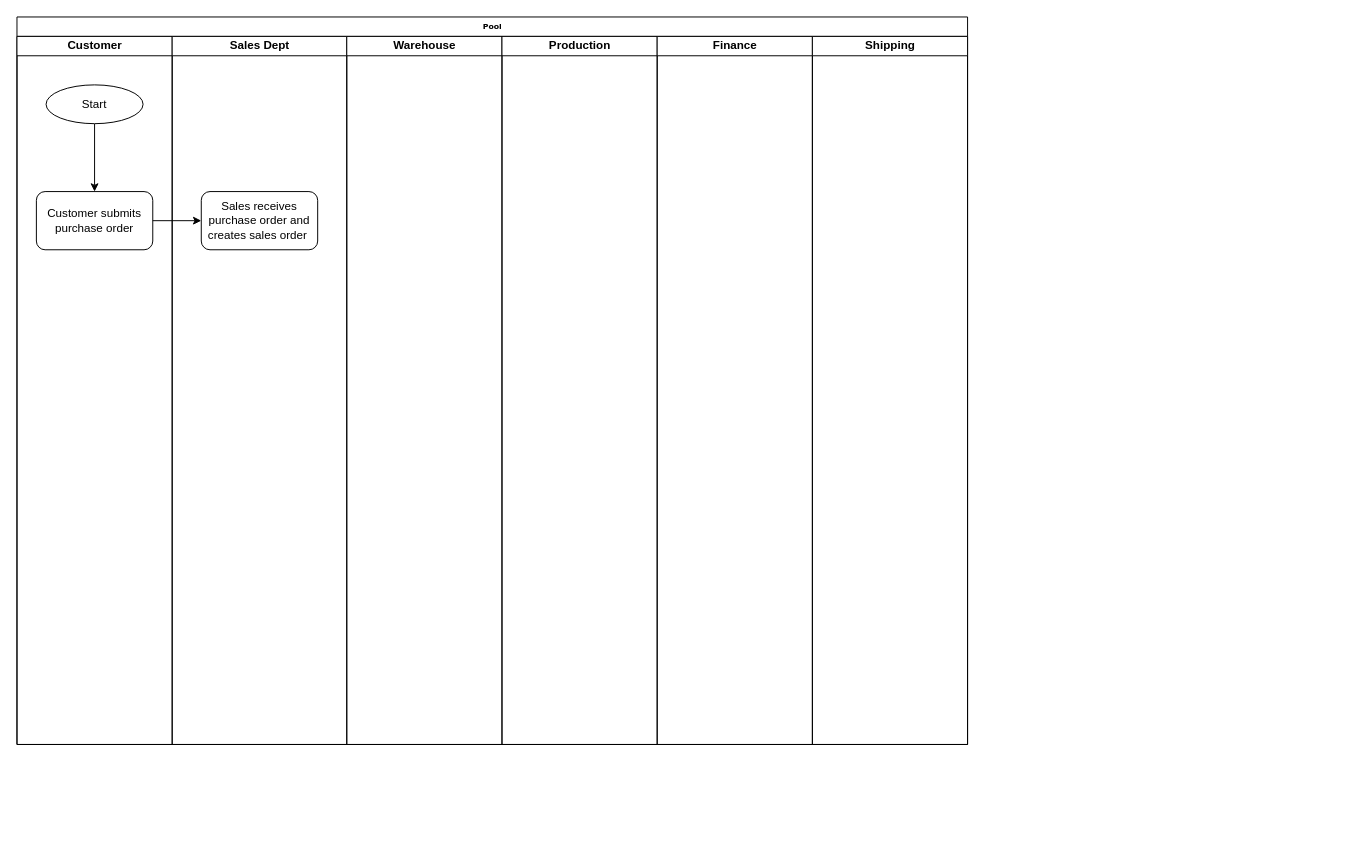
This is page "Page-1" (1 of 2) of Untitled Diagram.drawio from Cash1595/Rajah__IT311-Project-Repo, a draw.io file, before an edit. Source tidied: cells renumbered, new cells numbered last; positions are measured from the earlier drawing's top-left corner, leaving out a move shared by most shapes. Both pictures are drawn from the tidied source at 97%, with x=0, y=0 at pixel (16, 16).
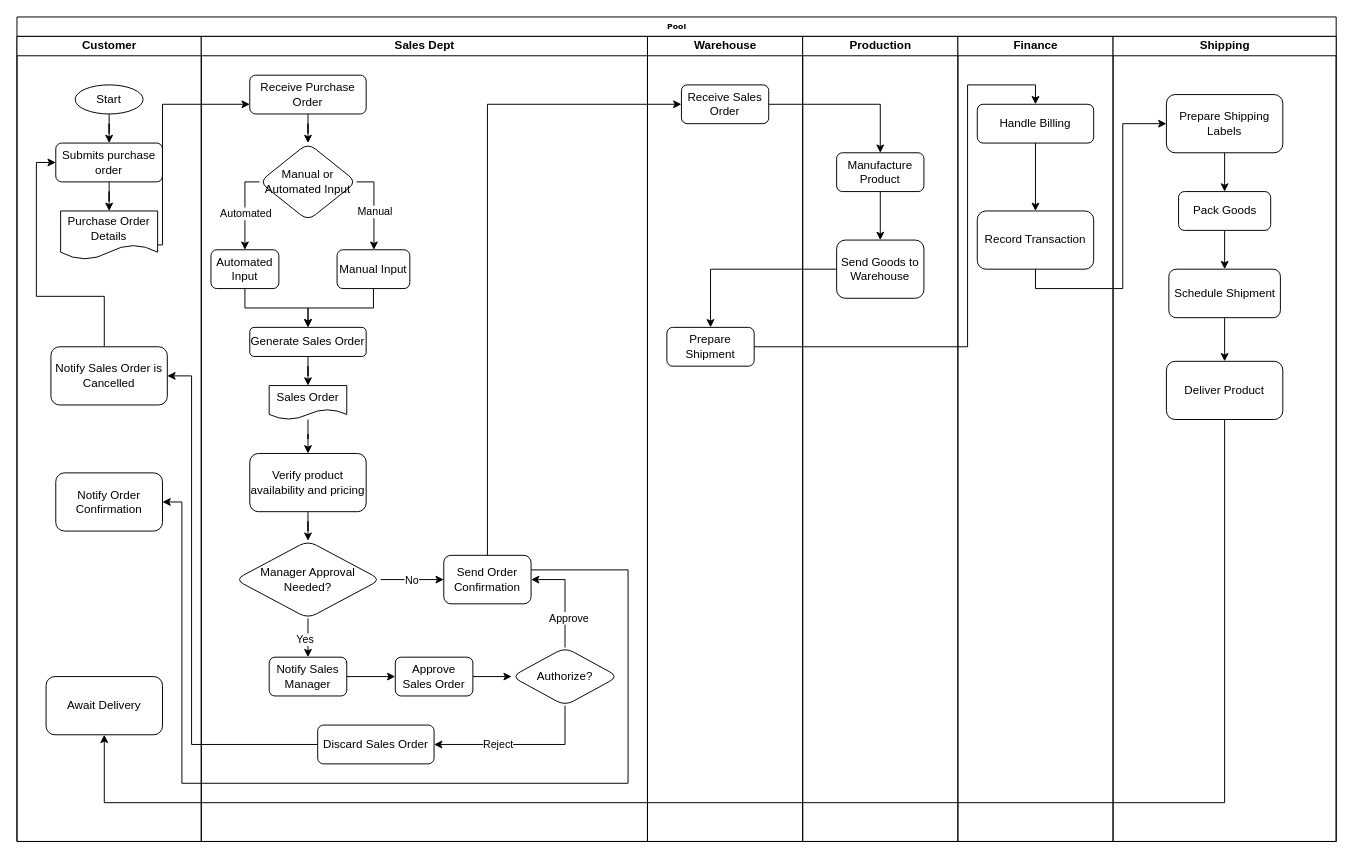
The same page after the edit.

Diff of the diagram source:
```diff
@@
     <mxCell id="2" value="Pool" style="swimlane;html=1;startSize=20;rounded=0;shadow=0;labelBackgroundColor=none;strokeWidth=1;fontFamily=Verdana;fontSize=8;align=center;" parent="1" vertex="1">
-      <mxGeometry width="980" height="750" as="geometry" />
+      <mxGeometry width="1360" height="850" as="geometry" />
     </mxCell>
     <mxCell id="3" value="Customer" style="swimlane;html=1;startSize=20;" parent="2" vertex="1">
-      <mxGeometry y="20" width="160" height="730" as="geometry" />
+      <mxGeometry y="20" width="190" height="830" as="geometry" />
     </mxCell>
@@
     <mxCell id="5" value="Start" style="ellipse;whiteSpace=wrap;html=1;" parent="3" vertex="1">
-      <mxGeometry x="30" y="50" width="100" height="40" as="geometry" />
+      <mxGeometry x="60" y="50" width="70" height="30" as="geometry" />
     </mxCell>
+    <mxCell id="14" style="edgeStyle=orthogonalEdgeStyle;rounded=0;jettySize=auto;html=1;" parent="3" edge="1" source="6" target="15">
+      <mxGeometry relative="1" as="geometry" />
+    </mxCell>
-    <mxCell id="6" value="Customer submits purchase order" style="rounded=1;whiteSpace=wrap;html=1;" parent="3" vertex="1">
-      <mxGeometry x="20" y="160" width="120" height="60" as="geometry" />
+    <mxCell id="6" value="Submits purchase order" style="rounded=1;whiteSpace=wrap;html=1;" parent="3" vertex="1">
+      <mxGeometry x="40" y="110" width="110" height="40" as="geometry" />
     </mxCell>
+    <mxCell id="15" value="Purchase Order Details" style="shape=document;whiteSpace=wrap;html=1;boundedLbl=1;rounded=1;" parent="3" vertex="1">
+      <mxGeometry x="45" y="180" width="100" height="50" as="geometry" />
+    </mxCell>
+    <mxCell id="16" style="edgeStyle=orthogonalEdgeStyle;rounded=0;jettySize=auto;html=1;entryX=0;entryY=0.5;entryDx=0;entryDy=0;" parent="3" edge="1" source="17" target="6">
+      <mxGeometry relative="1" as="geometry">
+        <Array as="points">
+          <mxPoint x="90" y="268" />
+          <mxPoint x="20" y="268" />
+          <mxPoint x="20" y="130" />
+        </Array>
+      </mxGeometry>
+    </mxCell>
+    <mxCell id="17" value="Notify Sales Order is Cancelled" style="rounded=1;whiteSpace=wrap;html=1;" parent="3" vertex="1">
+      <mxGeometry x="35" y="320" width="120" height="60" as="geometry" />
+    </mxCell>
+    <mxCell id="18" value="Notify Order Confirmation" style="rounded=1;whiteSpace=wrap;html=1;" parent="3" vertex="1">
+      <mxGeometry x="40" y="450" width="110" height="60" as="geometry" />
+    </mxCell>
+    <mxCell id="19" value="Await Delivery" style="whiteSpace=wrap;html=1;rounded=1;" parent="3" vertex="1">
+      <mxGeometry x="30" y="660" width="120" height="60" as="geometry" />
+    </mxCell>
     <mxCell id="7" value="Sales Dept" style="swimlane;html=1;startSize=20;" parent="2" vertex="1">
-      <mxGeometry x="160" y="20" width="180" height="730" as="geometry" />
+      <mxGeometry x="190" y="20" width="460" height="830" as="geometry" />
     </mxCell>
-    <mxCell id="8" value="Sales receives purchase order and creates sales order&amp;nbsp;" style="rounded=1;whiteSpace=wrap;html=1;" parent="7" vertex="1">
-      <mxGeometry x="30" y="160" width="120" height="60" as="geometry" />
-    </mxCell>
+    <mxCell id="20" style="edgeStyle=orthogonalEdgeStyle;rounded=0;jettySize=auto;html=1;" parent="7" edge="1" source="21" target="26">
+      <mxGeometry relative="1" as="geometry" />
+    </mxCell>
+    <mxCell id="21" value="Receive Purchase Order" style="rounded=1;whiteSpace=wrap;html=1;" parent="7" vertex="1">
+      <mxGeometry x="50" y="40" width="120" height="40" as="geometry" />
+    </mxCell>
+    <mxCell id="22" style="edgeStyle=orthogonalEdgeStyle;rounded=0;jettySize=auto;html=1;exitX=1;exitY=0.5;exitDx=0;exitDy=0;" parent="7" edge="1" source="26" target="28">
+      <mxGeometry relative="1" as="geometry">
+        <Array as="points">
+          <mxPoint x="178" y="150" />
+        </Array>
+      </mxGeometry>
+    </mxCell>
+    <mxCell id="23" value="Manual" style="edgeLabel;html=1;align=center;verticalAlign=middle;" parent="22" vertex="1">
+      <mxGeometry x="0.05" relative="1" as="geometry">
+        <mxPoint y="2" as="offset" />
+      </mxGeometry>
+    </mxCell>
+    <mxCell id="24" style="edgeStyle=orthogonalEdgeStyle;rounded=0;jettySize=auto;html=1;entryX=0.5;entryY=0;entryDx=0;entryDy=0;" parent="7" edge="1" source="26" target="30">
+      <mxGeometry relative="1" as="geometry">
+        <Array as="points">
+          <mxPoint x="45" y="150" />
+        </Array>
+      </mxGeometry>
+    </mxCell>
+    <mxCell id="25" value="Automated" style="edgeLabel;html=1;align=center;verticalAlign=middle;" parent="24" vertex="1">
+      <mxGeometry x="0.11" relative="1" as="geometry" />
+    </mxCell>
+    <mxCell id="26" value="Manual or Automated Input" style="rhombus;whiteSpace=wrap;html=1;rounded=1;" parent="7" vertex="1">
+      <mxGeometry x="60" y="110" width="100" height="80" as="geometry" />
+    </mxCell>
+    <mxCell id="27" style="edgeStyle=orthogonalEdgeStyle;rounded=0;jettySize=auto;html=1;entryX=0.5;entryY=0;entryDx=0;entryDy=0;" parent="7" edge="1" source="28" target="32">
+      <mxGeometry relative="1" as="geometry" />
+    </mxCell>
+    <mxCell id="28" value="Manual Input" style="whiteSpace=wrap;html=1;rounded=1;" parent="7" vertex="1">
+      <mxGeometry x="140" y="220" width="75" height="40" as="geometry" />
+    </mxCell>
+    <mxCell id="29" style="edgeStyle=orthogonalEdgeStyle;rounded=0;jettySize=auto;html=1;entryX=0.5;entryY=0;entryDx=0;entryDy=0;" parent="7" edge="1" source="30" target="32">
+      <mxGeometry relative="1" as="geometry" />
+    </mxCell>
+    <mxCell id="30" value="Automated Input" style="rounded=1;whiteSpace=wrap;html=1;" parent="7" vertex="1">
+      <mxGeometry x="10" y="220" width="70" height="40" as="geometry" />
+    </mxCell>
+    <mxCell id="31" style="edgeStyle=orthogonalEdgeStyle;rounded=0;jettySize=auto;html=1;" parent="7" edge="1" source="32" target="34">
+      <mxGeometry relative="1" as="geometry" />
+    </mxCell>
+    <mxCell id="32" value="Generate Sales Order" style="rounded=1;whiteSpace=wrap;html=1;" parent="7" vertex="1">
+      <mxGeometry x="50" y="300" width="120" height="30" as="geometry" />
+    </mxCell>
+    <mxCell id="33" style="edgeStyle=orthogonalEdgeStyle;rounded=0;jettySize=auto;html=1;" parent="7" edge="1" source="34" target="36">
+      <mxGeometry relative="1" as="geometry" />
+    </mxCell>
+    <mxCell id="34" value="Sales Order" style="shape=document;whiteSpace=wrap;html=1;boundedLbl=1;rounded=1;" parent="7" vertex="1">
+      <mxGeometry x="70" y="360" width="80" height="35" as="geometry" />
+    </mxCell>
+    <mxCell id="35" style="edgeStyle=orthogonalEdgeStyle;rounded=0;jettySize=auto;html=1;" parent="7" edge="1" source="36" target="39">
+      <mxGeometry relative="1" as="geometry" />
+    </mxCell>
+    <mxCell id="36" value="Verify product availability and pricing" style="whiteSpace=wrap;html=1;rounded=1;" parent="7" vertex="1">
+      <mxGeometry x="50" y="430" width="120" height="60" as="geometry" />
+    </mxCell>
+    <mxCell id="37" style="edgeStyle=orthogonalEdgeStyle;rounded=0;jettySize=auto;html=1;" parent="7" edge="1" source="39" target="40">
+      <mxGeometry relative="1" as="geometry" />
+    </mxCell>
+    <mxCell id="38" value="No" style="edgeLabel;html=1;align=center;verticalAlign=middle;" parent="37" vertex="1">
+      <mxGeometry x="-0.04" relative="1" as="geometry" />
+    </mxCell>
+    <mxCell id="39" value="Manager Approval Needed?" style="rhombus;whiteSpace=wrap;html=1;rounded=1;" parent="7" vertex="1">
+      <mxGeometry x="35" y="520" width="150" height="80" as="geometry" />
+    </mxCell>
+    <mxCell id="40" value="Send Order Confirmation" style="whiteSpace=wrap;html=1;rounded=1;" parent="7" vertex="1">
+      <mxGeometry x="250" y="535" width="90" height="50" as="geometry" />
+    </mxCell>
+    <mxCell id="41" style="edgeStyle=orthogonalEdgeStyle;rounded=0;jettySize=auto;html=1;exitX=0.5;exitY=1;exitDx=0;exitDy=0;" parent="7" edge="1" source="39" target="43">
+      <mxGeometry relative="1" as="geometry" />
+    </mxCell>
+    <mxCell id="42" value="Yes" style="edgeLabel;html=1;align=center;verticalAlign=middle;" parent="41" vertex="1">
+      <mxGeometry x="0.03" relative="1" as="geometry">
+        <mxPoint x="-4" as="offset" />
+      </mxGeometry>
+    </mxCell>
+    <mxCell id="43" value="Notify Sales Manager" style="whiteSpace=wrap;html=1;rounded=1;" parent="7" vertex="1">
+      <mxGeometry x="70" y="640" width="80" height="40" as="geometry" />
+    </mxCell>
+    <mxCell id="44" style="edgeStyle=orthogonalEdgeStyle;rounded=0;jettySize=auto;html=1;entryX=0;entryY=0.5;entryDx=0;entryDy=0;" parent="7" edge="1" source="43" target="46">
+      <mxGeometry relative="1" as="geometry" />
+    </mxCell>
+    <mxCell id="45" style="edgeStyle=orthogonalEdgeStyle;rounded=0;jettySize=auto;html=1;" parent="7" edge="1" source="46" target="51">
+      <mxGeometry relative="1" as="geometry" />
+    </mxCell>
+    <mxCell id="46" value="Approve Sales Order" style="rounded=1;whiteSpace=wrap;html=1;" parent="7" vertex="1">
+      <mxGeometry x="200" y="640" width="80" height="40" as="geometry" />
+    </mxCell>
+    <mxCell id="47" style="edgeStyle=orthogonalEdgeStyle;rounded=0;jettySize=auto;html=1;entryX=1;entryY=0.5;entryDx=0;entryDy=0;" parent="7" edge="1" source="51" target="40">
+      <mxGeometry relative="1" as="geometry" />
+    </mxCell>
+    <mxCell id="48" value="Approve" style="edgeLabel;html=1;align=center;verticalAlign=middle;" parent="47" vertex="1">
+      <mxGeometry x="-0.41" y="-3" relative="1" as="geometry" />
+    </mxCell>
+    <mxCell id="49" style="edgeStyle=orthogonalEdgeStyle;rounded=0;jettySize=auto;html=1;entryX=1;entryY=0.5;entryDx=0;entryDy=0;" parent="7" edge="1" source="51" target="52">
+      <mxGeometry relative="1" as="geometry">
+        <Array as="points">
+          <mxPoint x="375" y="730" />
+        </Array>
+      </mxGeometry>
+    </mxCell>
+    <mxCell id="50" value="Reject" style="edgeLabel;html=1;align=center;verticalAlign=middle;" parent="49" vertex="1">
+      <mxGeometry x="0.02" y="-1" relative="1" as="geometry">
+        <mxPoint x="-21" as="offset" />
+      </mxGeometry>
+    </mxCell>
+    <mxCell id="51" value="Authorize?" style="rhombus;whiteSpace=wrap;html=1;rounded=1;" parent="7" vertex="1">
+      <mxGeometry x="320" y="630" width="110" height="60" as="geometry" />
+    </mxCell>
+    <mxCell id="52" value="Discard Sales Order" style="whiteSpace=wrap;html=1;rounded=1;" parent="7" vertex="1">
+      <mxGeometry x="120" y="710" width="120" height="40" as="geometry" />
+    </mxCell>
     <mxCell id="9" value="Warehouse" style="swimlane;html=1;startSize=20;" parent="2" vertex="1">
-      <mxGeometry x="340" y="20" width="160" height="730" as="geometry" />
+      <mxGeometry x="650" y="20" width="160" height="830" as="geometry" />
     </mxCell>
+    <mxCell id="53" value="Receive Sales Order" style="whiteSpace=wrap;html=1;rounded=1;" parent="9" vertex="1">
+      <mxGeometry x="35" y="50" width="90" height="40" as="geometry" />
+    </mxCell>
+    <mxCell id="54" value="Prepare Shipment" style="whiteSpace=wrap;html=1;rounded=1;" parent="9" vertex="1">
+      <mxGeometry x="20" y="300" width="90" height="40" as="geometry" />
+    </mxCell>
     <mxCell id="10" value="Production" style="swimlane;html=1;startSize=20;" parent="2" vertex="1">
-      <mxGeometry x="500" y="20" width="160" height="730" as="geometry" />
+      <mxGeometry x="810" y="20" width="160" height="830" as="geometry" />
     </mxCell>
+    <mxCell id="55" style="edgeStyle=orthogonalEdgeStyle;rounded=0;jettySize=auto;html=1;" parent="10" edge="1" source="56" target="57">
+      <mxGeometry relative="1" as="geometry" />
+    </mxCell>
+    <mxCell id="56" value="Manufacture Product" style="whiteSpace=wrap;html=1;rounded=1;" parent="10" vertex="1">
+      <mxGeometry x="35" y="120" width="90" height="40" as="geometry" />
+    </mxCell>
+    <mxCell id="57" value="Send Goods to Warehouse" style="whiteSpace=wrap;html=1;rounded=1;" parent="10" vertex="1">
+      <mxGeometry x="35" y="210" width="90" height="60" as="geometry" />
+    </mxCell>
     <mxCell id="11" value="Finance" style="swimlane;html=1;startSize=20;" parent="2" vertex="1">
-      <mxGeometry x="660" y="20" width="160" height="730" as="geometry" />
+      <mxGeometry x="970" y="20" width="160" height="830" as="geometry" />
     </mxCell>
+    <mxCell id="58" style="edgeStyle=orthogonalEdgeStyle;rounded=0;jettySize=auto;html=1;" parent="11" edge="1" source="59" target="60">
+      <mxGeometry relative="1" as="geometry" />
+    </mxCell>
+    <mxCell id="59" value="Handle Billing" style="rounded=1;whiteSpace=wrap;html=1;" parent="11" vertex="1">
+      <mxGeometry x="20" y="70" width="120" height="40" as="geometry" />
+    </mxCell>
+    <mxCell id="60" value="Record Transaction" style="whiteSpace=wrap;html=1;rounded=1;" parent="11" vertex="1">
+      <mxGeometry x="20" y="180" width="120" height="60" as="geometry" />
+    </mxCell>
     <mxCell id="12" value="Shipping" style="swimlane;html=1;startSize=20;" parent="2" vertex="1">
-      <mxGeometry x="820" y="20" width="160" height="730" as="geometry" />
+      <mxGeometry x="1130" y="20" width="230" height="830" as="geometry" />
     </mxCell>
-    <mxCell id="13" style="edgeStyle=orthogonalEdgeStyle;rounded=0;jettySize=auto;html=1;" parent="2" edge="1" source="6" target="8">
-      <mxGeometry relative="1" as="geometry" />
-    </mxCell>
+    <mxCell id="61" style="edgeStyle=orthogonalEdgeStyle;rounded=0;jettySize=auto;html=1;" parent="12" edge="1" source="62" target="64">
+      <mxGeometry relative="1" as="geometry" />
+    </mxCell>
+    <mxCell id="62" value="Prepare Shipping Labels" style="whiteSpace=wrap;html=1;rounded=1;" parent="12" vertex="1">
+      <mxGeometry x="55" y="60" width="120" height="60" as="geometry" />
+    </mxCell>
+    <mxCell id="63" style="edgeStyle=orthogonalEdgeStyle;rounded=0;jettySize=auto;html=1;" parent="12" edge="1" source="64" target="66">
+      <mxGeometry relative="1" as="geometry" />
+    </mxCell>
+    <mxCell id="64" value="Pack Goods" style="whiteSpace=wrap;html=1;rounded=1;" parent="12" vertex="1">
+      <mxGeometry x="67.5" y="160" width="95" height="40" as="geometry" />
+    </mxCell>
+    <mxCell id="65" style="edgeStyle=orthogonalEdgeStyle;rounded=0;jettySize=auto;html=1;" parent="12" edge="1" source="66" target="67">
+      <mxGeometry relative="1" as="geometry" />
+    </mxCell>
+    <mxCell id="66" value="Schedule Shipment" style="whiteSpace=wrap;html=1;rounded=1;" parent="12" vertex="1">
+      <mxGeometry x="57.5" y="240" width="115" height="50" as="geometry" />
+    </mxCell>
+    <mxCell id="67" value="Deliver Product" style="whiteSpace=wrap;html=1;rounded=1;" parent="12" vertex="1">
+      <mxGeometry x="55" y="335" width="120" height="60" as="geometry" />
+    </mxCell>
+    <mxCell id="68" style="edgeStyle=orthogonalEdgeStyle;rounded=0;jettySize=auto;html=1;" parent="2" edge="1" source="15" target="21">
+      <mxGeometry relative="1" as="geometry">
+        <Array as="points">
+          <mxPoint x="150" y="235" />
+          <mxPoint x="150" y="90" />
+        </Array>
+      </mxGeometry>
+    </mxCell>
+    <mxCell id="69" style="edgeStyle=orthogonalEdgeStyle;rounded=0;jettySize=auto;html=1;" parent="2" edge="1" source="52" target="17">
+      <mxGeometry relative="1" as="geometry">
+        <Array as="points">
+          <mxPoint x="180" y="750" />
+          <mxPoint x="180" y="370" />
+        </Array>
+      </mxGeometry>
+    </mxCell>
+    <mxCell id="70" style="edgeStyle=orthogonalEdgeStyle;rounded=0;jettySize=auto;html=1;entryX=1;entryY=0.5;entryDx=0;entryDy=0;" parent="2" edge="1" source="40" target="18">
+      <mxGeometry relative="1" as="geometry">
+        <Array as="points">
+          <mxPoint x="630" y="570" />
+          <mxPoint x="630" y="790" />
+          <mxPoint x="170" y="790" />
+          <mxPoint x="170" y="500" />
+        </Array>
+      </mxGeometry>
+    </mxCell>
+    <mxCell id="71" style="edgeStyle=orthogonalEdgeStyle;rounded=0;jettySize=auto;html=1;" parent="2" edge="1" source="40" target="53">
+      <mxGeometry relative="1" as="geometry">
+        <Array as="points">
+          <mxPoint x="485" y="90" />
+        </Array>
+      </mxGeometry>
+    </mxCell>
+    <mxCell id="72" style="edgeStyle=orthogonalEdgeStyle;rounded=0;jettySize=auto;html=1;entryX=0.5;entryY=0;entryDx=0;entryDy=0;" parent="2" edge="1" source="53" target="56">
+      <mxGeometry relative="1" as="geometry" />
+    </mxCell>
+    <mxCell id="73" style="edgeStyle=orthogonalEdgeStyle;rounded=0;jettySize=auto;html=1;entryX=0.5;entryY=0;entryDx=0;entryDy=0;" parent="2" edge="1" source="57" target="54">
+      <mxGeometry relative="1" as="geometry" />
+    </mxCell>
+    <mxCell id="74" style="edgeStyle=orthogonalEdgeStyle;rounded=0;jettySize=auto;html=1;entryX=0.5;entryY=0;entryDx=0;entryDy=0;" parent="2" edge="1" source="54" target="59">
+      <mxGeometry relative="1" as="geometry">
+        <Array as="points">
+          <mxPoint x="980" y="340" />
+          <mxPoint x="980" y="70" />
+          <mxPoint x="1050" y="70" />
+        </Array>
+      </mxGeometry>
+    </mxCell>
+    <mxCell id="75" style="edgeStyle=orthogonalEdgeStyle;rounded=0;jettySize=auto;html=1;" parent="2" edge="1" source="60" target="62">
+      <mxGeometry relative="1" as="geometry">
+        <Array as="points">
+          <mxPoint x="1050" y="280" />
+          <mxPoint x="1140" y="280" />
+          <mxPoint x="1140" y="110" />
+        </Array>
+      </mxGeometry>
+    </mxCell>
+    <mxCell id="76" style="edgeStyle=orthogonalEdgeStyle;rounded=0;jettySize=auto;html=1;" parent="2" edge="1" source="67" target="19">
+      <mxGeometry relative="1" as="geometry">
+        <Array as="points">
+          <mxPoint x="1245" y="810" />
+          <mxPoint x="90" y="810" />
+        </Array>
+      </mxGeometry>
+    </mxCell>
```
